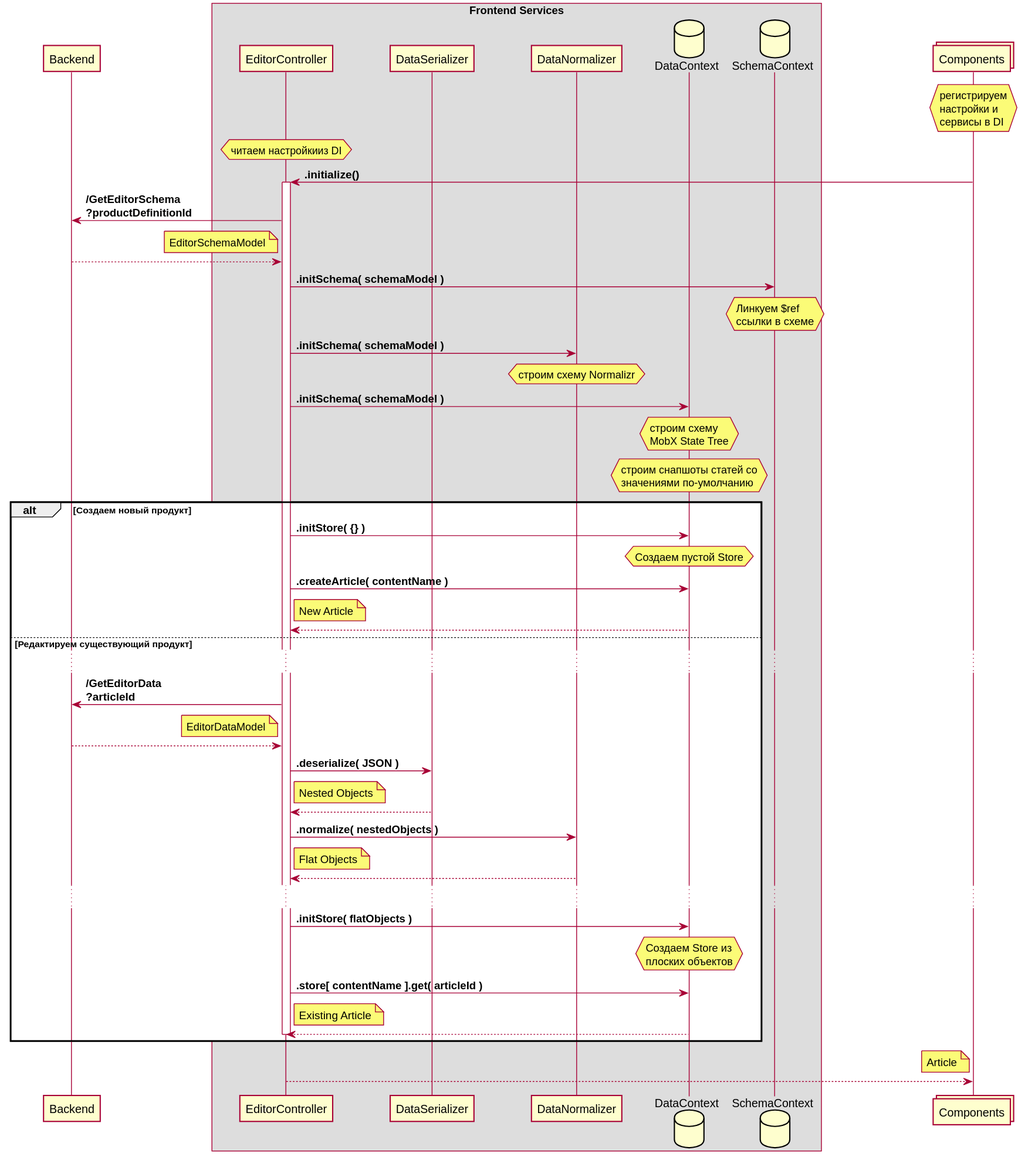
Before: QA.ProductCatalog.Admin.WebApp/Docs/ProductEditor/EditorInitialization.svg, a diagram exported from PlantUML (QuantumArt/QA.DPC). Its diagram source:
```plantuml
@startuml EditorInitialization
skinparam shadowing false
skinparam ParticipantPadding 30
skinparam BoxPadding 100

participant Backend

box "Frontend Services"
participant EditorController
participant DataSerializer
participant DataNormalizer
database DataContext
database SchemaContext
end box

collections Components

hnote over Components
  регистрируем
  настройки и
  сервисы в DI
end note

hnote over EditorController
  читаем настройкииз DI
end note

Components -> EditorController: <b>.initialize()
activate EditorController

EditorController -> Backend: <b>/GetEditorSchema\n<b>?productDefinitionId
note left of EditorController: EditorSchemaModel
Backend --> EditorController

EditorController -> SchemaContext: <b>.initSchema( schemaModel )
hnote over SchemaContext
 Линкуем $ref
 ссылки в схеме
end note

EditorController -> DataNormalizer: <b>.initSchema( schemaModel )
hnote over DataNormalizer: строим схему Normalizr

EditorController -> DataContext: <b>.initSchema( schemaModel )
hnote over DataContext
  строим схему
  MobX State Tree
end note
hnote over DataContext
  строим снапшоты статей со
  значениями по-умолчанию
end note

alt Создаем новый продукт

  EditorController -> DataContext: <b>.initStore( {} )
  hnote over DataContext: Создаем пустой Store

  EditorController -> DataContext: <b>.createArticle( contentName )

  note right of EditorController: New Article
  DataContext --> EditorController

else Редактируем существующий продукт

  ...

  EditorController -> Backend: <b>/GetEditorData\n<b>?articleId
  note left of EditorController: EditorDataModel
  Backend --> EditorController:

  EditorController -> DataSerializer: <b>.deserialize( JSON )
  note right of EditorController: Nested Objects
  DataSerializer --> EditorController

  EditorController -> DataNormalizer: <b>.normalize( nestedObjects )
  note right of EditorController: Flat Objects
  DataNormalizer --> EditorController

  ...

  EditorController -> DataContext: <b>.initStore( flatObjects )
  hnote over DataContext
    Создаем Store из
    плоских объектов
  end note

  EditorController -> DataContext: <b>.store[ contentName ].get( articleId )
  note right of EditorController: Existing Article
  DataContext --> EditorController

deactivate EditorController
end

note left of Components: Article
EditorController --> Components

deactivate EditorController

@enduml
```
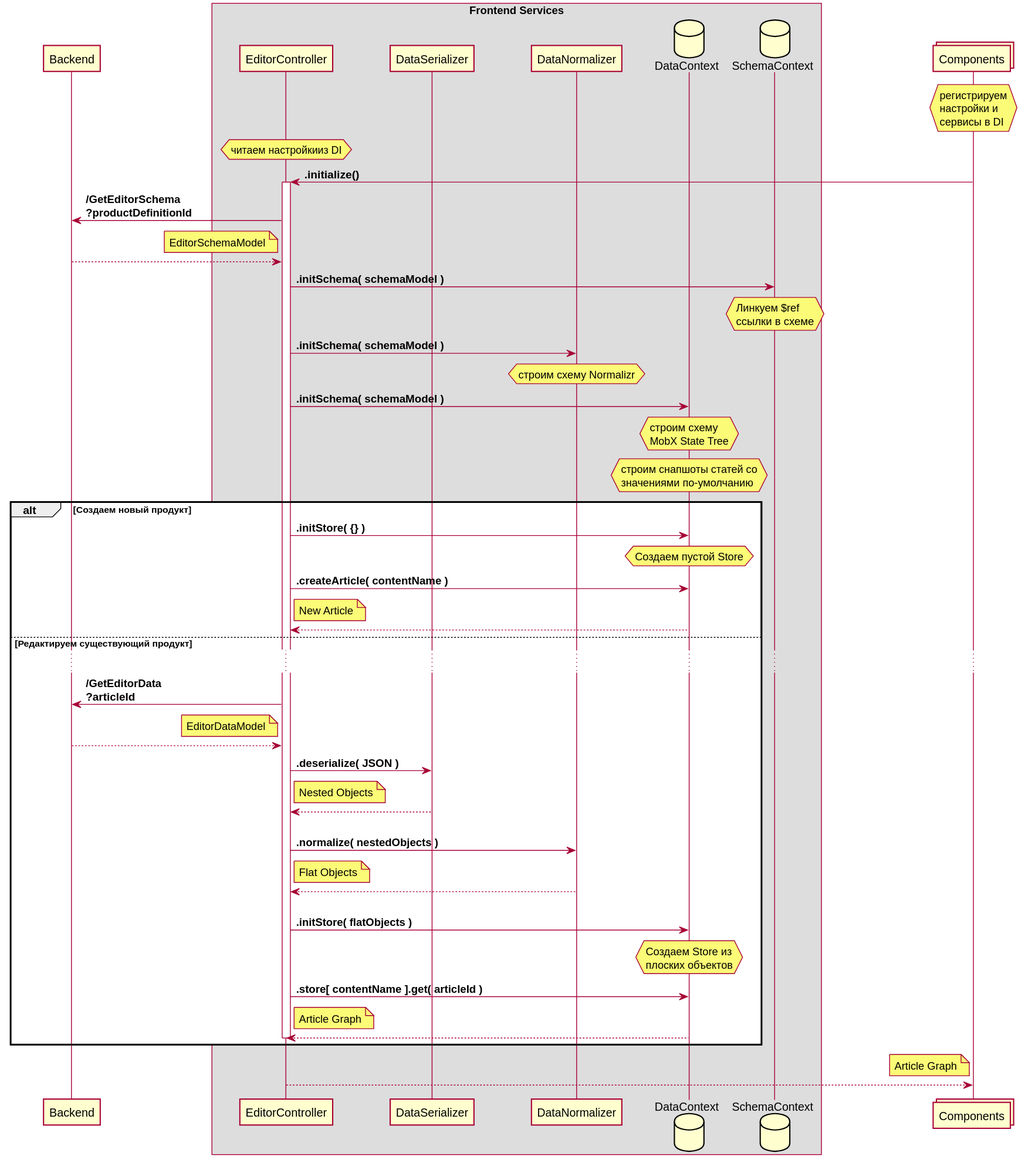
After the commit.

Diff of the diagram source:
```diff
@@ -73,26 +73,24 @@
   note right of EditorController: Nested Objects
   DataSerializer --> EditorController
 
-  EditorController -> DataNormalizer: <b>.normalize( nestedObjects )
+  EditorController -> DataNormalizer: \n<b>.normalize( nestedObjects )
   note right of EditorController: Flat Objects
   DataNormalizer --> EditorController
 
-  ...
-
-  EditorController -> DataContext: <b>.initStore( flatObjects )
+  EditorController -> DataContext: \n<b>.initStore( flatObjects )
   hnote over DataContext
     Создаем Store из
     плоских объектов
   end note
 
   EditorController -> DataContext: <b>.store[ contentName ].get( articleId )
-  note right of EditorController: Existing Article
+  note right of EditorController: Article Graph
   DataContext --> EditorController
 
 deactivate EditorController
 end
 
-note left of Components: Article
+note left of Components: Article Graph
 EditorController --> Components
 
 deactivate EditorController
```
